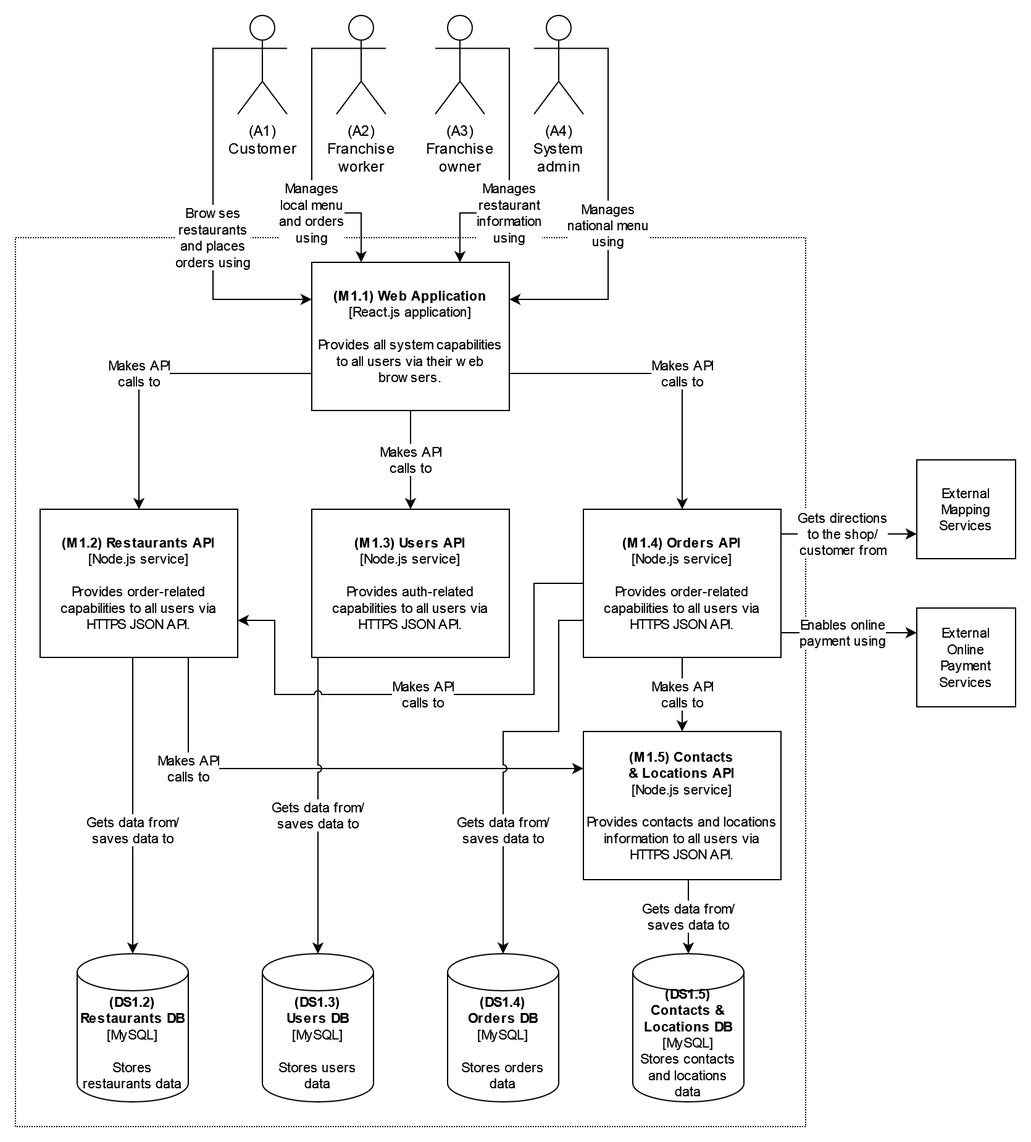
Earlier version of the draw.io export container-diagram-1.png (soofka/aop-example). Source tidied: cells renumbered, new cells last; positions are measured from the earlier drawing's top-left corner, leaving out a move shared by most shapes.
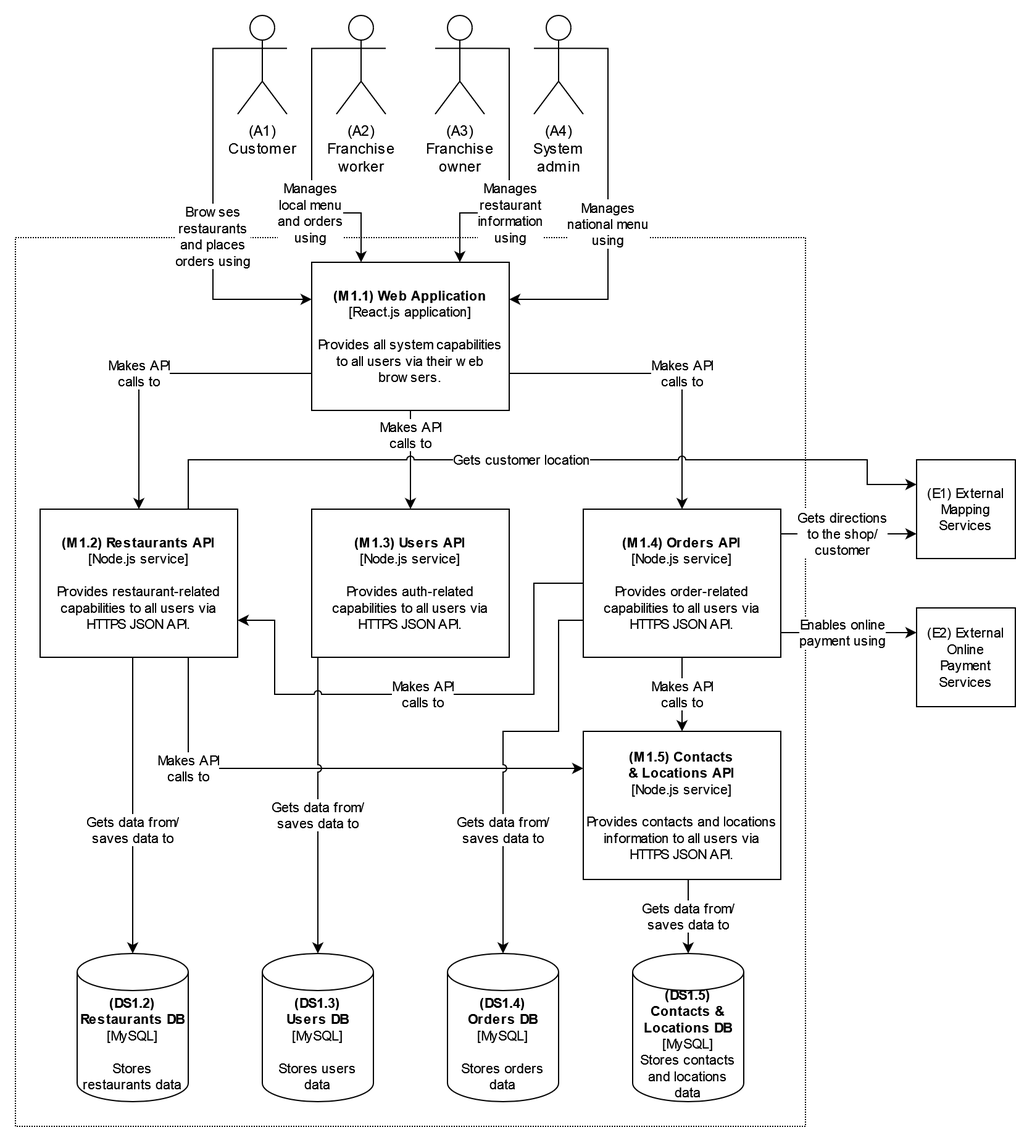
Later version of the same file.

Change to the diagram source:
```diff
@@ -5,7 +5,7 @@
     <mxCell id="2" style="rounded=0;whiteSpace=wrap;html=1;fontSize=11;dashed=1;dashPattern=1 1;" parent="1" vertex="1">
       <mxGeometry y="180" width="640" height="720" as="geometry" />
     </mxCell>
-    <mxCell id="3" value="&lt;div&gt;&lt;b&gt;(M1.2) Restaurants API&lt;/b&gt;&lt;/div&gt;&lt;div&gt;[Node.js service]&lt;/div&gt;&lt;div&gt;&lt;br&gt;&lt;/div&gt;&lt;div&gt;Provides order-related capabilities to all users via HTTPS JSON API.&lt;br&gt;&lt;/div&gt;" style="rounded=0;whiteSpace=wrap;html=1;fontSize=11;" parent="1" vertex="1">
+    <mxCell id="3" value="&lt;div&gt;&lt;b&gt;(M1.2) Restaurants API&lt;/b&gt;&lt;/div&gt;&lt;div&gt;[Node.js service]&lt;/div&gt;&lt;div&gt;&lt;br&gt;&lt;/div&gt;&lt;div&gt;Provides restaurant-related capabilities to all users via HTTPS JSON API.&lt;br&gt;&lt;/div&gt;" style="rounded=0;whiteSpace=wrap;html=1;fontSize=11;" parent="1" vertex="1">
       <mxGeometry x="20" y="400" width="160" height="120" as="geometry" />
     </mxCell>
     <mxCell id="4" value="&lt;div&gt;&lt;b&gt;(DS1.2) Restaurants DB&lt;br&gt;&lt;/b&gt;&lt;/div&gt;&lt;div&gt;[MySQL]&lt;b&gt;&lt;br&gt;&lt;/b&gt;&lt;/div&gt;&lt;div&gt;&lt;b&gt;&lt;br&gt;&lt;/b&gt;&lt;/div&gt;&lt;div&gt;Stores restaurants data&lt;br&gt;&lt;/div&gt;" style="shape=cylinder3;whiteSpace=wrap;html=1;boundedLbl=1;backgroundOutline=1;size=15;fontSize=11;" parent="1" vertex="1">
@@ -20,13 +20,13 @@
     <mxCell id="7" value="&lt;div&gt;&lt;b&gt;(DS1.3)&lt;br&gt;&lt;/b&gt;&lt;/div&gt;&lt;div&gt;&lt;b&gt;Users DB&lt;br&gt;&lt;/b&gt;&lt;/div&gt;&lt;div&gt;[MySQL]&lt;b&gt;&lt;br&gt;&lt;/b&gt;&lt;/div&gt;&lt;div&gt;&lt;b&gt;&lt;br&gt;&lt;/b&gt;&lt;/div&gt;&lt;div&gt;Stores users&lt;/div&gt;&lt;div&gt;data&lt;br&gt;&lt;/div&gt;" style="shape=cylinder3;whiteSpace=wrap;html=1;boundedLbl=1;backgroundOutline=1;size=15;fontSize=11;" parent="1" vertex="1">
       <mxGeometry x="200" y="760" width="90" height="120" as="geometry" />
     </mxCell>
-    <mxCell id="8" value="&lt;div&gt;External&lt;/div&gt;&lt;div&gt;Mapping&lt;/div&gt;&lt;div&gt;Services&lt;br&gt;&lt;/div&gt;" style="rounded=0;whiteSpace=wrap;html=1;fontSize=11;" parent="1" vertex="1">
+    <mxCell id="8" value="&lt;div&gt;(E1) External&lt;/div&gt;&lt;div&gt;Mapping&lt;/div&gt;&lt;div&gt;Services&lt;br&gt;&lt;/div&gt;" style="rounded=0;whiteSpace=wrap;html=1;fontSize=11;" parent="1" vertex="1">
       <mxGeometry x="730" y="360" width="80" height="80" as="geometry" />
     </mxCell>
-    <mxCell id="9" value="&lt;div&gt;External&lt;/div&gt;&lt;div&gt;Online&lt;/div&gt;&lt;div&gt;Payment&lt;br&gt;&lt;/div&gt;&lt;div&gt;Services&lt;br&gt;&lt;/div&gt;" style="rounded=0;whiteSpace=wrap;html=1;fontSize=11;" parent="1" vertex="1">
+    <mxCell id="9" value="&lt;div&gt;(E2) External&lt;/div&gt;&lt;div&gt;Online&lt;/div&gt;&lt;div&gt;Payment&lt;br&gt;&lt;/div&gt;&lt;div&gt;Services&lt;br&gt;&lt;/div&gt;" style="rounded=0;whiteSpace=wrap;html=1;fontSize=11;" parent="1" vertex="1">
       <mxGeometry x="730" y="480" width="80" height="80" as="geometry" />
     </mxCell>
-    <mxCell id="10" value="&lt;div&gt;Gets directions&lt;/div&gt;&lt;div&gt;to the shop/&lt;/div&gt;&lt;div&gt;customer from&lt;br&gt;&lt;/div&gt;" style="endArrow=none;html=1;rounded=0;fontSize=11;jumpStyle=arc;edgeStyle=orthogonalEdgeStyle;exitX=0;exitY=0.75;exitDx=0;exitDy=0;endFill=0;startArrow=classic;startFill=1;entryX=1;entryY=0.25;entryDx=0;entryDy=0;" parent="1" edge="1" source="8" target="22">
+    <mxCell id="10" value="&lt;div&gt;Gets directions&lt;/div&gt;&lt;div&gt;to the shop/&lt;/div&gt;&lt;div&gt;customer&lt;br&gt;&lt;/div&gt;" style="endArrow=none;html=1;rounded=0;fontSize=11;jumpStyle=arc;edgeStyle=orthogonalEdgeStyle;exitX=0;exitY=0.75;exitDx=0;exitDy=0;endFill=0;startArrow=classic;startFill=1;entryX=1;entryY=0.25;entryDx=0;entryDy=0;" parent="1" edge="1" source="8" target="22">
       <mxGeometry relative="1" as="geometry">
         <Array as="points">
           <mxPoint x="620" y="420" />
@@ -94,7 +94,7 @@
       </mxGeometry>
     </mxCell>
     <mxCell id="21" value="&lt;div&gt;Makes API&lt;/div&gt;&lt;div&gt;calls to&lt;/div&gt;" style="endArrow=classic;html=1;rounded=0;fontSize=11;jumpStyle=arc;entryX=0.5;entryY=0;entryDx=0;entryDy=0;edgeStyle=orthogonalEdgeStyle;exitX=0.5;exitY=1;exitDx=0;exitDy=0;labelBackgroundColor=default;" parent="1" edge="1" source="5" target="6">
-      <mxGeometry relative="1" as="geometry">
+      <mxGeometry x="-0.5" relative="1" as="geometry">
         <Array as="points">
           <mxPoint x="320" y="330" />
           <mxPoint x="320" y="330" />
@@ -175,5 +175,14 @@
         </Array>
       </mxGeometry>
     </mxCell>
+    <mxCell id="34" value="Gets customer location" style="endArrow=none;html=1;rounded=0;fontSize=11;jumpStyle=arc;edgeStyle=orthogonalEdgeStyle;exitX=0;exitY=0.25;exitDx=0;exitDy=0;endFill=0;startArrow=classic;startFill=1;entryX=0.75;entryY=0;entryDx=0;entryDy=0;" parent="1" edge="1" source="8" target="3">
+      <mxGeometry x="0.05" relative="1" as="geometry">
+        <Array as="points">
+          <mxPoint x="690" y="380" />
+          <mxPoint x="690" y="360" />
+          <mxPoint x="140" y="360" />
+        </Array>
+      </mxGeometry>
+    </mxCell>
   </root>
 </mxGraphModel>
```
